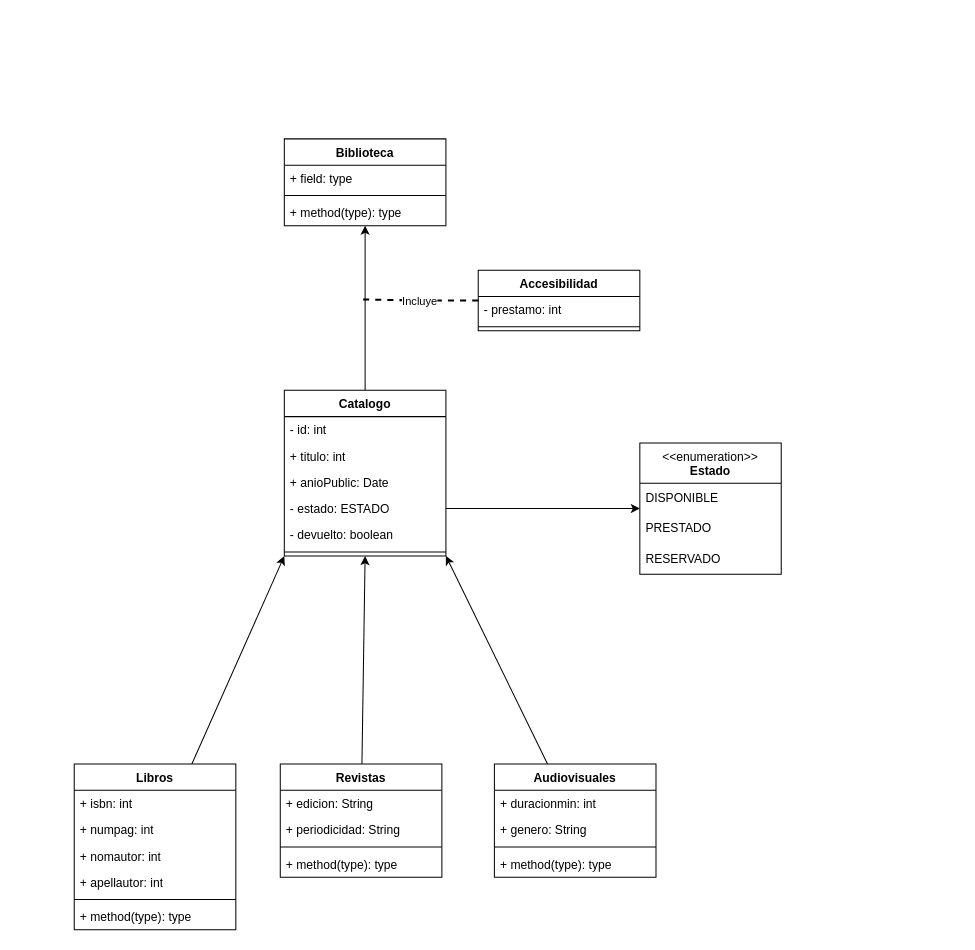
Above: Diagrama.drawio in JavierMartinGarcia/ExamenUD5-DiagramaClases (draw.io), before the change. Source tidied: cells renumbered, new cells numbered last; positions are measured from the earlier drawing's top-left corner, leaving out a move shared by most shapes. Both pictures are drawn from the tidied source at 101%, with x=0, y=0 at pixel (74, 138).
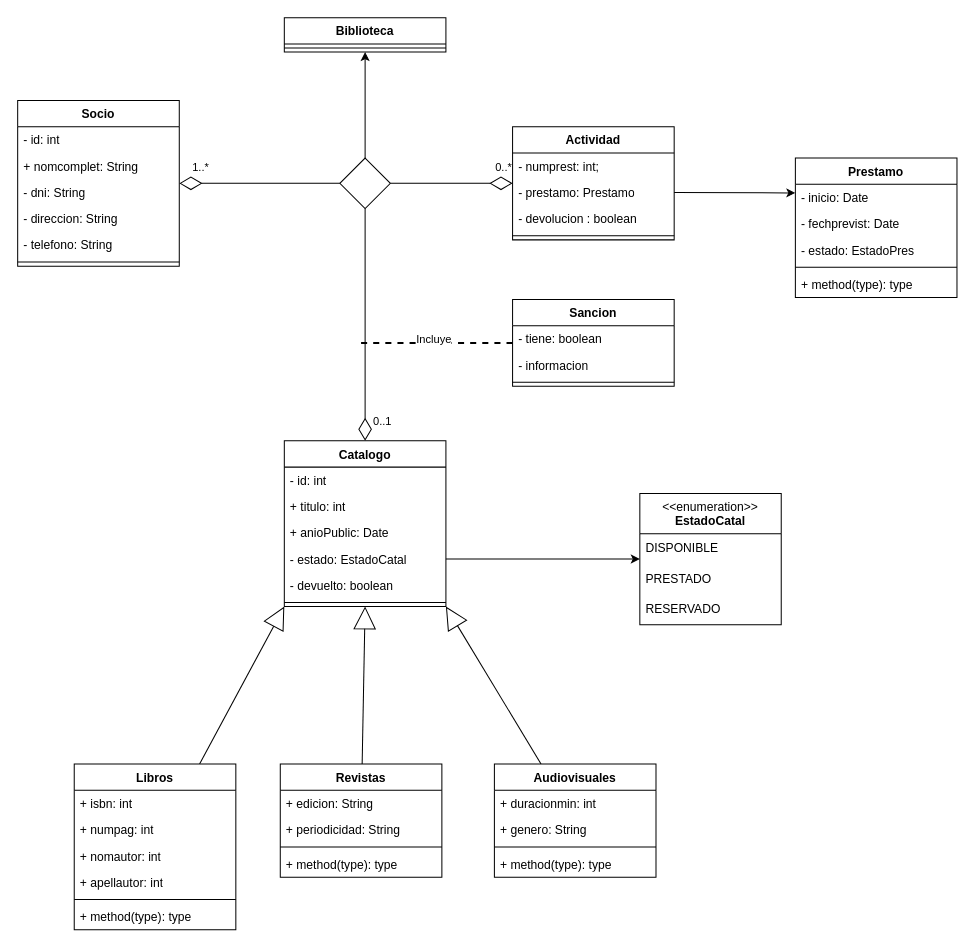
Above is the later version.

The change refers to these unchanged cells:
```xml
<mxCell id="15" value="Libros&lt;br&gt;" style="swimlane;fontStyle=1;align=center;verticalAlign=top;horizontal=1;startSize=26;whiteSpace=wrap;html=1;" parent="1" vertex="1">
  <mxGeometry y="619" width="160" height="164" as="geometry" />
</mxCell>
<mxCell id="23" value="Revistas" style="swimlane;fontStyle=1;align=center;verticalAlign=top;horizontal=1;startSize=26;whiteSpace=wrap;html=1;" parent="1" vertex="1">
  <mxGeometry x="204" y="619" width="160" height="112" as="geometry" />
</mxCell>
<mxCell id="29" value="Audiovisuales" style="swimlane;fontStyle=1;align=center;verticalAlign=top;horizontal=1;startSize=26;whiteSpace=wrap;html=1;" parent="1" vertex="1">
  <mxGeometry x="416" y="619" width="160" height="112" as="geometry" />
</mxCell>
```

What changed in the source:
```diff
@@
-    <mxCell id="2" style="rounded=0;jettySize=auto;html=1;entryX=0.5;entryY=0;entryDx=0;entryDy=0;endArrow=none;endFill=0;startArrow=classic;startFill=1;" parent="1" edge="1" source="3" target="7">
+    <mxCell id="2" style="rounded=0;jettySize=auto;html=1;entryX=0.5;entryY=0;entryDx=0;entryDy=0;endArrow=none;endFill=0;startArrow=classic;startFill=1;" parent="1" edge="1" source="3" target="61">
       <mxGeometry relative="1" as="geometry" />
     </mxCell>
     <mxCell id="3" value="Biblioteca" style="swimlane;fontStyle=1;align=center;verticalAlign=top;horizontal=1;startSize=26;whiteSpace=wrap;html=1;" parent="1" vertex="1">
-      <mxGeometry x="208" width="160" height="86" as="geometry" />
+      <mxGeometry x="208" y="-120" width="160" height="34" as="geometry" />
     </mxCell>
-    <mxCell id="4" value="+ field: type" style="text;strokeColor=none;fillColor=none;align=left;verticalAlign=top;spacingLeft=4;spacingRight=4;overflow=hidden;whiteSpace=wrap;html=1;" parent="3" vertex="1">
-      <mxGeometry y="26" width="160" height="26" as="geometry" />
-    </mxCell>
     <mxCell id="5" style="line;strokeWidth=1;fillColor=none;align=left;verticalAlign=middle;spacingTop=-1;spacingLeft=3;spacingRight=3;labelPosition=right;strokeColor=inherit;" parent="3" vertex="1">
-      <mxGeometry y="52" width="160" height="8" as="geometry" />
+      <mxGeometry y="26" width="160" height="8" as="geometry" />
     </mxCell>
-    <mxCell id="6" value="+ method(type): type" style="text;strokeColor=none;fillColor=none;align=left;verticalAlign=top;spacingLeft=4;spacingRight=4;overflow=hidden;whiteSpace=wrap;html=1;" parent="3" vertex="1">
-      <mxGeometry y="60" width="160" height="26" as="geometry" />
-    </mxCell>
+    <mxCell id="44" style="rounded=0;jettySize=auto;html=1;entryX=0.5;entryY=1;entryDx=0;entryDy=0;startArrow=diamondThin;startFill=0;endArrow=none;endFill=0;endSize=20;startSize=20;" parent="1" edge="1" source="7" target="61">
+      <mxGeometry relative="1" as="geometry" />
+    </mxCell>
+    <mxCell id="45" value="0..1" style="edgeLabel;html=1;align=center;verticalAlign=middle;" parent="44" vertex="1">
+      <mxGeometry x="-0.02" y="-3" relative="1" as="geometry">
+        <mxPoint x="13" y="93" as="offset" />
+      </mxGeometry>
+    </mxCell>
     <mxCell id="7" value="Catalogo" style="swimlane;fontStyle=1;align=center;verticalAlign=top;horizontal=1;startSize=26;whiteSpace=wrap;html=1;" parent="1" vertex="1">
-      <mxGeometry x="208" y="249" width="160" height="164" as="geometry" />
+      <mxGeometry x="208" y="299" width="160" height="164" as="geometry" />
     </mxCell>
@@
-    <mxCell id="11" value="- estado: ESTADO" style="text;strokeColor=none;fillColor=none;align=left;verticalAlign=top;spacingLeft=4;spacingRight=4;overflow=hidden;points=[[0,0.5],[1,0.5]];portConstraint=eastwest;whiteSpace=wrap;html=1;" parent="7" vertex="1">
+    <mxCell id="11" value="- estado:&amp;nbsp;&lt;span style=&quot;border-color: rgb(218, 220, 224); text-align: center;&quot;&gt;EstadoCatal&lt;/span&gt;" style="text;strokeColor=none;fillColor=none;align=left;verticalAlign=top;spacingLeft=4;spacingRight=4;overflow=hidden;points=[[0,0.5],[1,0.5]];portConstraint=eastwest;whiteSpace=wrap;html=1;" parent="7" vertex="1">
       <mxGeometry y="104" width="160" height="26" as="geometry" />
     </mxCell>
@@
-    <mxCell id="14" style="rounded=0;jettySize=auto;html=1;entryX=0;entryY=1;entryDx=0;entryDy=0;" parent="1" edge="1" source="15" target="7">
+    <mxCell id="14" style="rounded=0;jettySize=auto;html=1;entryX=0;entryY=1;entryDx=0;entryDy=0;endArrow=block;endFill=0;endSize=20;" parent="1" edge="1" source="15" target="7">
       <mxGeometry relative="1" as="geometry" />
     </mxCell>
@@
-    <mxCell id="22" style="rounded=0;jettySize=auto;html=1;entryX=0.5;entryY=1;entryDx=0;entryDy=0;" parent="1" edge="1" source="23" target="7">
+    <mxCell id="22" style="rounded=0;jettySize=auto;html=1;entryX=0.5;entryY=1;entryDx=0;entryDy=0;endArrow=block;endFill=0;endSize=20;" parent="1" edge="1" source="23" target="7">
       <mxGeometry relative="1" as="geometry" />
     </mxCell>
@@
-    <mxCell id="28" style="rounded=0;jettySize=auto;html=1;entryX=1;entryY=1;entryDx=0;entryDy=0;" parent="1" edge="1" source="29" target="7">
+    <mxCell id="28" style="rounded=0;jettySize=auto;html=1;entryX=1;entryY=1;entryDx=0;entryDy=0;endArrow=block;endFill=0;endSize=20;" parent="1" edge="1" source="29" target="7">
       <mxGeometry relative="1" as="geometry" />
     </mxCell>
@@
-    <mxCell id="34" value="&amp;lt;&amp;lt;enumeration&amp;gt;&amp;gt;&lt;br&gt;&lt;b&gt;Estado&lt;br&gt;&lt;/b&gt;" style="swimlane;fontStyle=0;align=center;verticalAlign=top;horizontal=1;startSize=40;html=1;whiteSpace=wrap;" parent="1" vertex="1">
-      <mxGeometry x="560" y="301" width="140" height="130" as="geometry" />
+    <mxCell id="34" value="&amp;lt;&amp;lt;enumeration&amp;gt;&amp;gt;&lt;br&gt;&lt;b&gt;EstadoCatal&lt;br&gt;&lt;/b&gt;" style="swimlane;fontStyle=0;align=center;verticalAlign=top;horizontal=1;startSize=40;html=1;whiteSpace=wrap;" parent="1" vertex="1">
+      <mxGeometry x="560" y="351" width="140" height="130" as="geometry" />
     </mxCell>
@@
-    <mxCell id="39" style="edgeStyle=orthogonalEdgeStyle;rounded=0;jettySize=auto;html=1;endArrow=none;endFill=0;dashed=1;strokeWidth=2;" parent="1" edge="1" source="41">
-      <mxGeometry relative="1" as="geometry">
-        <mxPoint x="284" y="159" as="targetPoint" />
-      </mxGeometry>
-    </mxCell>
+    <mxCell id="46" style="rounded=0;jettySize=auto;html=1;entryX=0;entryY=0.5;entryDx=0;entryDy=0;endArrow=none;endFill=0;startArrow=diamondThin;startFill=0;targetPerimeterSpacing=20;sourcePerimeterSpacing=0;startSize=20;" parent="1" edge="1" source="48" target="61">
+      <mxGeometry relative="1" as="geometry" />
+    </mxCell>
+    <mxCell id="47" value="1..*" style="edgeLabel;html=1;align=center;verticalAlign=middle;" parent="46" vertex="1">
+      <mxGeometry x="-0.06" y="-5" relative="1" as="geometry">
+        <mxPoint x="-55" y="-22" as="offset" />
+      </mxGeometry>
+    </mxCell>
+    <mxCell id="48" value="Socio" style="swimlane;fontStyle=1;align=center;verticalAlign=top;horizontal=1;startSize=26;whiteSpace=wrap;html=1;" parent="1" vertex="1">
+      <mxGeometry x="-56" y="-38" width="160" height="164" as="geometry" />
+    </mxCell>
+    <mxCell id="49" value="- id: int" style="text;strokeColor=none;fillColor=none;align=left;verticalAlign=top;spacingLeft=4;spacingRight=4;overflow=hidden;whiteSpace=wrap;html=1;" parent="48" vertex="1">
+      <mxGeometry y="26" width="160" height="26" as="geometry" />
+    </mxCell>
+    <mxCell id="50" value="+ nomcomplet: String" style="text;strokeColor=none;fillColor=none;align=left;verticalAlign=top;spacingLeft=4;spacingRight=4;overflow=hidden;whiteSpace=wrap;html=1;" parent="48" vertex="1">
+      <mxGeometry y="52" width="160" height="26" as="geometry" />
+    </mxCell>
+    <mxCell id="51" value="- dni: String" style="text;strokeColor=none;fillColor=none;align=left;verticalAlign=top;spacingLeft=4;spacingRight=4;overflow=hidden;whiteSpace=wrap;html=1;" parent="48" vertex="1">
+      <mxGeometry y="78" width="160" height="26" as="geometry" />
+    </mxCell>
+    <mxCell id="52" value="- direccion: String" style="text;strokeColor=none;fillColor=none;align=left;verticalAlign=top;spacingLeft=4;spacingRight=4;overflow=hidden;whiteSpace=wrap;html=1;" parent="48" vertex="1">
+      <mxGeometry y="104" width="160" height="26" as="geometry" />
+    </mxCell>
+    <mxCell id="53" value="- telefono: String" style="text;strokeColor=none;fillColor=none;align=left;verticalAlign=top;spacingLeft=4;spacingRight=4;overflow=hidden;whiteSpace=wrap;html=1;" parent="48" vertex="1">
+      <mxGeometry y="130" width="160" height="26" as="geometry" />
+    </mxCell>
+    <mxCell id="54" style="line;strokeWidth=1;fillColor=none;align=left;verticalAlign=middle;spacingTop=-1;spacingLeft=3;spacingRight=3;labelPosition=right;strokeColor=inherit;" parent="48" vertex="1">
+      <mxGeometry y="156" width="160" height="8" as="geometry" />
+    </mxCell>
+    <mxCell id="55" style="rounded=0;jettySize=auto;html=1;entryX=1;entryY=0.5;entryDx=0;entryDy=0;startArrow=diamondThin;startFill=0;endArrow=none;endFill=0;endSize=20;startSize=20;" parent="1" edge="1" source="57" target="61">
+      <mxGeometry relative="1" as="geometry" />
+    </mxCell>
+    <mxCell id="56" value="0..*" style="edgeLabel;html=1;align=center;verticalAlign=middle;" parent="55" vertex="1">
+      <mxGeometry x="-0.04" y="-1" relative="1" as="geometry">
+        <mxPoint x="48" y="-16" as="offset" />
+      </mxGeometry>
+    </mxCell>
+    <mxCell id="57" value="Actividad" style="swimlane;fontStyle=1;align=center;verticalAlign=top;horizontal=1;startSize=26;whiteSpace=wrap;html=1;" parent="1" vertex="1">
+      <mxGeometry x="434" y="-12" width="160" height="112" as="geometry" />
+    </mxCell>
+    <mxCell id="58" value="- numprest: int;" style="text;strokeColor=none;fillColor=none;align=left;verticalAlign=top;spacingLeft=4;spacingRight=4;overflow=hidden;whiteSpace=wrap;html=1;" parent="57" vertex="1">
+      <mxGeometry y="26" width="160" height="26" as="geometry" />
+    </mxCell>
+    <mxCell id="42" value="- prestamo: Prestamo" style="text;strokeColor=none;fillColor=none;align=left;verticalAlign=top;spacingLeft=4;spacingRight=4;overflow=hidden;points=[[0,0.5],[1,0.5]];portConstraint=eastwest;whiteSpace=wrap;html=1;" parent="57" vertex="1">
+      <mxGeometry y="52" width="160" height="26" as="geometry" />
+    </mxCell>
+    <mxCell id="59" value="- devolucion : boolean" style="text;strokeColor=none;fillColor=none;align=left;verticalAlign=top;spacingLeft=4;spacingRight=4;overflow=hidden;whiteSpace=wrap;html=1;" parent="57" vertex="1">
+      <mxGeometry y="78" width="160" height="26" as="geometry" />
+    </mxCell>
+    <mxCell id="60" style="line;strokeWidth=1;fillColor=none;align=left;verticalAlign=middle;spacingTop=-1;spacingLeft=3;spacingRight=3;labelPosition=right;strokeColor=inherit;" parent="57" vertex="1">
+      <mxGeometry y="104" width="160" height="8" as="geometry" />
+    </mxCell>
+    <mxCell id="61" style="rhombus;" parent="1" vertex="1">
+      <mxGeometry x="263" y="19" width="50" height="50" as="geometry" />
+    </mxCell>
+    <mxCell id="62" style="rounded=0;jettySize=auto;html=1;endArrow=none;endFill=0;dashed=1;strokeWidth=2;" parent="1" edge="1" source="63">
+      <mxGeometry relative="1" as="geometry">
+        <mxPoint x="284" y="202" as="targetPoint" />
+      </mxGeometry>
+    </mxCell>
-    <mxCell id="40" value="Incluye" style="edgeLabel;html=1;align=center;verticalAlign=middle;" parent="39" vertex="1">
-      <mxGeometry x="0.02" y="1" relative="1" as="geometry" />
+    <mxCell id="40" value="Incluye" style="edgeLabel;html=1;align=center;verticalAlign=middle;" parent="62" vertex="1">
+      <mxGeometry x="0.05" y="4" relative="1" as="geometry">
+        <mxPoint y="-8" as="offset" />
+      </mxGeometry>
     </mxCell>
-    <mxCell id="41" value="Accesibilidad" style="swimlane;fontStyle=1;align=center;verticalAlign=top;horizontal=1;startSize=26;whiteSpace=wrap;html=1;" parent="1" vertex="1">
-      <mxGeometry x="400" y="130" width="160" height="60" as="geometry" />
-    </mxCell>
-    <mxCell id="42" value="- prestamo: int" style="text;strokeColor=none;fillColor=none;align=left;verticalAlign=top;spacingLeft=4;spacingRight=4;overflow=hidden;points=[[0,0.5],[1,0.5]];portConstraint=eastwest;whiteSpace=wrap;html=1;" parent="41" vertex="1">
-      <mxGeometry y="26" width="160" height="26" as="geometry" />
-    </mxCell>
-    <mxCell id="43" style="line;strokeWidth=1;fillColor=none;align=left;verticalAlign=middle;spacingTop=-1;spacingLeft=3;spacingRight=3;labelPosition=right;strokeColor=inherit;" parent="41" vertex="1">
-      <mxGeometry y="52" width="160" height="8" as="geometry" />
-    </mxCell>
+    <mxCell id="63" value="Sancion" style="swimlane;fontStyle=1;align=center;verticalAlign=top;horizontal=1;startSize=26;whiteSpace=wrap;html=1;" parent="1" vertex="1">
+      <mxGeometry x="434" y="159" width="160" height="86" as="geometry" />
+    </mxCell>
+    <mxCell id="64" value="- tiene: boolean" style="text;strokeColor=none;fillColor=none;align=left;verticalAlign=top;spacingLeft=4;spacingRight=4;overflow=hidden;whiteSpace=wrap;html=1;" parent="63" vertex="1">
+      <mxGeometry y="26" width="160" height="26" as="geometry" />
+    </mxCell>
+    <mxCell id="65" value="- informacion" style="text;strokeColor=none;fillColor=none;align=left;verticalAlign=top;spacingLeft=4;spacingRight=4;overflow=hidden;whiteSpace=wrap;html=1;" parent="63" vertex="1">
+      <mxGeometry y="52" width="160" height="26" as="geometry" />
+    </mxCell>
+    <mxCell id="66" style="line;strokeWidth=1;fillColor=none;align=left;verticalAlign=middle;spacingTop=-1;spacingLeft=3;spacingRight=3;labelPosition=right;strokeColor=inherit;" parent="63" vertex="1">
+      <mxGeometry y="78" width="160" height="8" as="geometry" />
+    </mxCell>
+    <mxCell id="67" value="Prestamo" style="swimlane;fontStyle=1;align=center;verticalAlign=top;horizontal=1;startSize=26;whiteSpace=wrap;html=1;" parent="1" vertex="1">
+      <mxGeometry x="714" y="19" width="160" height="138" as="geometry" />
+    </mxCell>
+    <mxCell id="68" value="- inicio: Date" style="text;strokeColor=none;fillColor=none;align=left;verticalAlign=top;spacingLeft=4;spacingRight=4;overflow=hidden;whiteSpace=wrap;html=1;" parent="67" vertex="1">
+      <mxGeometry y="26" width="160" height="26" as="geometry" />
+    </mxCell>
+    <mxCell id="69" value="- fechprevist: Date" style="text;strokeColor=none;fillColor=none;align=left;verticalAlign=top;spacingLeft=4;spacingRight=4;overflow=hidden;whiteSpace=wrap;html=1;" parent="67" vertex="1">
+      <mxGeometry y="52" width="160" height="26" as="geometry" />
+    </mxCell>
+    <mxCell id="70" value="- estado: EstadoPres" style="text;strokeColor=none;fillColor=none;align=left;verticalAlign=top;spacingLeft=4;spacingRight=4;overflow=hidden;whiteSpace=wrap;html=1;" parent="67" vertex="1">
+      <mxGeometry y="78" width="160" height="26" as="geometry" />
+    </mxCell>
+    <mxCell id="71" style="line;strokeWidth=1;fillColor=none;align=left;verticalAlign=middle;spacingTop=-1;spacingLeft=3;spacingRight=3;labelPosition=right;strokeColor=inherit;" parent="67" vertex="1">
+      <mxGeometry y="104" width="160" height="8" as="geometry" />
+    </mxCell>
+    <mxCell id="6" value="+ method(type): type" style="text;strokeColor=none;fillColor=none;align=left;verticalAlign=top;spacingLeft=4;spacingRight=4;overflow=hidden;whiteSpace=wrap;html=1;" parent="67" vertex="1">
+      <mxGeometry y="112" width="160" height="26" as="geometry" />
+    </mxCell>
+    <mxCell id="72" style="rounded=0;jettySize=auto;html=1;entryX=0;entryY=0.25;entryDx=0;entryDy=0;" parent="1" edge="1" source="42" target="67">
+      <mxGeometry relative="1" as="geometry" />
+    </mxCell>
```
